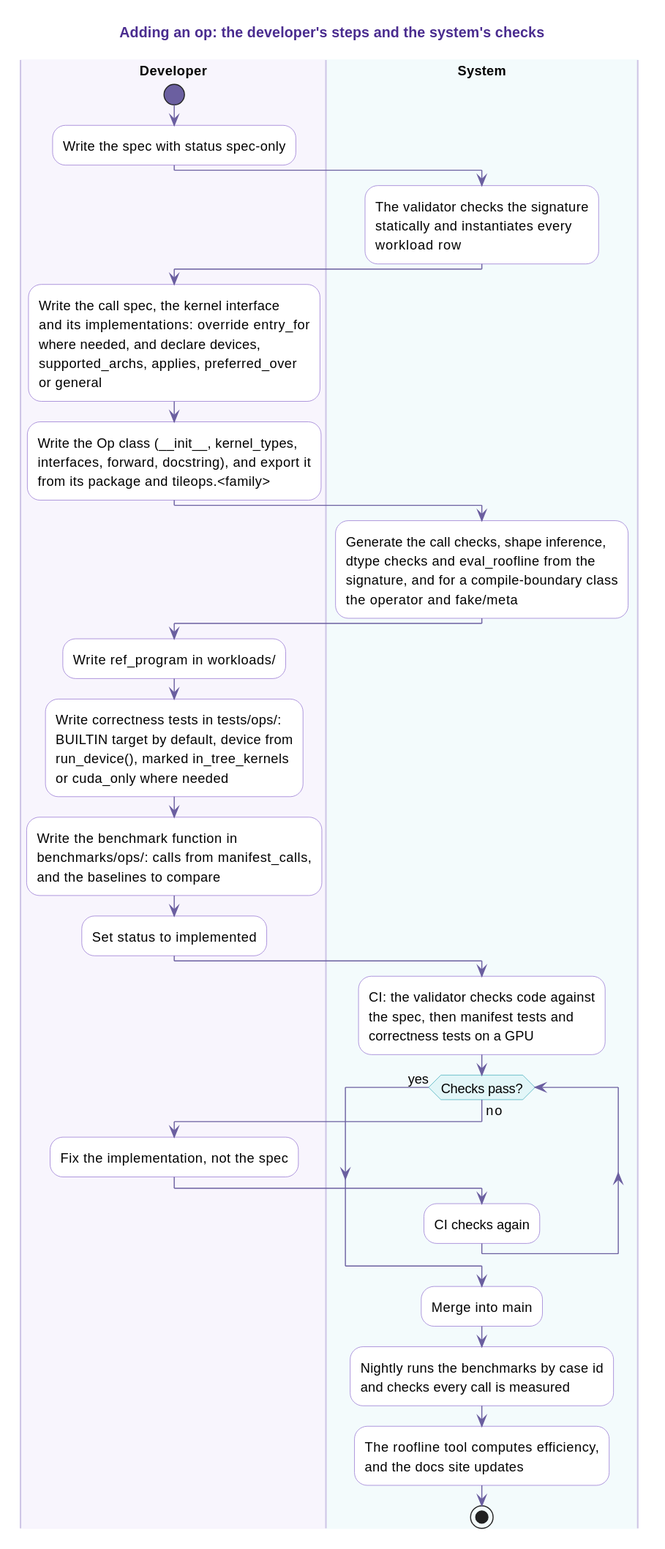
Above: docs/user-guide/manifest/img/new-op.svg in lcy-seso/TileOPs.github.io (PlantUML), before the change. Source of this version:
```plantuml
@startuml
skinparam defaultFontName "Noto Sans SC"
skinparam defaultFontSize 13
skinparam shadowing false
skinparam ArrowColor #6B5FA0
skinparam TitleFontColor #4A2C8F
skinparam activity {
  BorderColor #8E6CCF
  BackgroundColor #FFFFFF
  DiamondBorderColor #3AA9B8
  DiamondBackgroundColor #E2F6F8
  StartColor #6B5FA0
  EndColor #6B5FA0
}
skinparam swimlane {
  BorderColor #CFC6E6
  TitleFontStyle bold
}
title Adding an op: the developer's steps and the system's checks

|#F8F5FD|Developer|
start
:Write the spec with status spec-only;
|#F3FBFC|System|
:The validator checks the signature
statically and instantiates every
workload row;
|Developer|
:Write the call spec, the kernel interface
and its implementations: override entry_for
where needed, and declare devices,
supported_archs, applies, preferred_over
or general;
:Write the Op class (~__init~__, kernel_types,
interfaces, forward, docstring), and export it
from its package and tileops.<family>;
|System|
:Generate the call checks, shape inference,
dtype checks and eval_roofline from the
signature, and for a compile-boundary class
the operator and fake/meta;
|Developer|
:Write ref_program in workloads/;
:Write correctness tests in tests/ops/:
BUILTIN target by default, device from
run_device(), marked in_tree_kernels
or cuda_only where needed;
:Write the benchmark function in
benchmarks/ops/: calls from manifest_calls,
and the baselines to compare;
:Set status to implemented;
|System|
:CI: the validator checks code against
the spec, then manifest tests and
correctness tests on a GPU;
while (Checks pass?) is (no)
  |Developer|
  :Fix the implementation, not the spec;
  |System|
  :CI checks again;
endwhile (yes)
:Merge into main;
:Nightly runs the benchmarks by case id
and checks every call is measured;
:The roofline tool computes efficiency,
and the docs site updates;
stop
@enduml
```
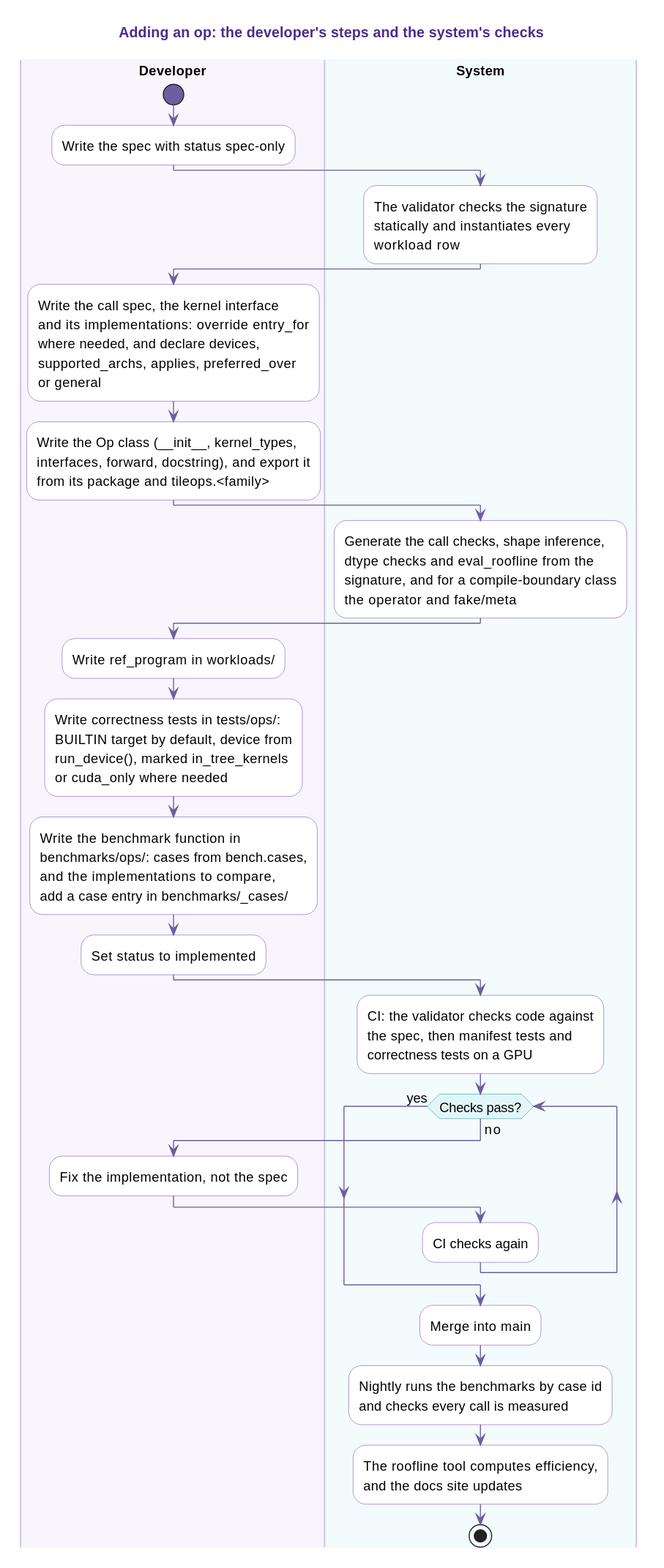
Later version of the same file.

The edit, as a diff of the source:
```diff
@@ -46,8 +46,9 @@
 run_device(), marked in_tree_kernels
 or cuda_only where needed;
 :Write the benchmark function in
-benchmarks/ops/: calls from manifest_calls,
-and the baselines to compare;
+benchmarks/ops/: cases from bench.cases,
+and the implementations to compare,
+add a case entry in benchmarks/_cases/;
 :Set status to implemented;
 |System|
 :CI: the validator checks code against
```
